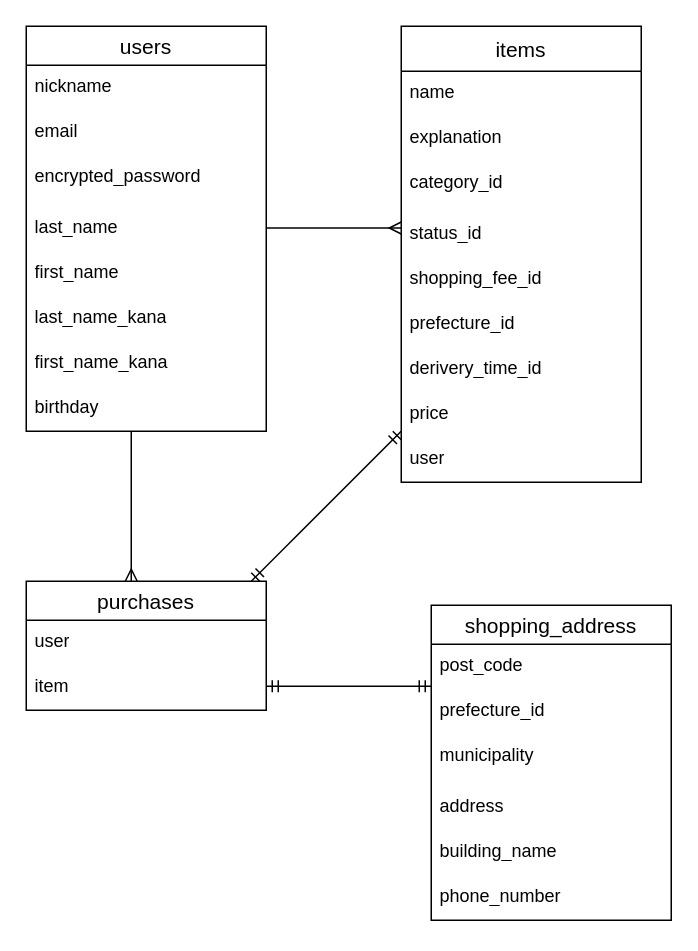
The draw.io diagram furima.dio in elegant-track/furima-41922, before the edit. Source tidied: cells renumbered, new cells numbered last; positions are measured from the earlier drawing's top-left corner, leaving out a move shared by most shapes. Both pictures are drawn from the tidied source at 150%, with x=0, y=0 at pixel (26, 26).
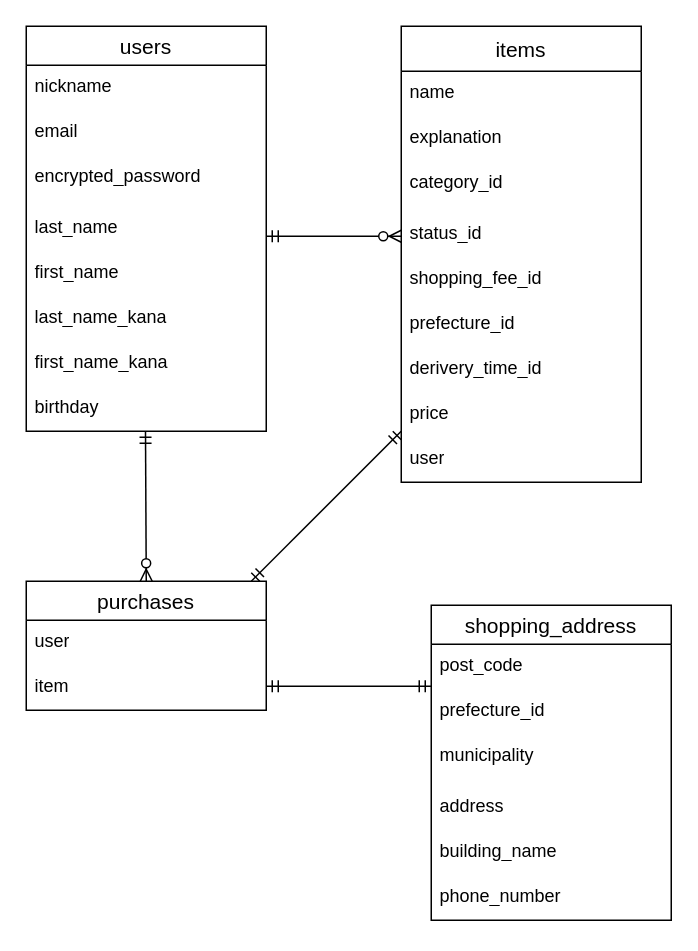
The same diagram, later.

Unchanged cells that the change refers to:
```xml
<mxCell id="12" value="purchases" style="swimlane;fontStyle=0;horizontal=1;startSize=26;align=center;fontSize=14;" parent="1" vertex="1">
  <mxGeometry y="370" width="160" height="86" as="geometry" />
</mxCell>
```

What changed in the source:
```diff
@@
-    <mxCell id="31" style="edgeStyle=orthogonalEdgeStyle;fontSize=12;html=1;endArrow=ERmany;curved=1;" parent="1" edge="1">
-      <mxGeometry relative="1" as="geometry">
-        <mxPoint x="160" y="134.5" as="sourcePoint" />
-        <mxPoint x="250" y="134.5" as="targetPoint" />
-      </mxGeometry>
-    </mxCell>
-    <mxCell id="32" style="edgeStyle=orthogonalEdgeStyle;fontSize=12;html=1;endArrow=ERmany;curved=1;" parent="1" edge="1">
-      <mxGeometry relative="1" as="geometry">
-        <mxPoint x="70" y="270" as="sourcePoint" />
-        <mxPoint x="70" y="370" as="targetPoint" />
-      </mxGeometry>
-    </mxCell>
@@
+    <mxCell id="35" style="edgeStyle=entityRelationEdgeStyle;fontSize=12;html=1;endArrow=ERzeroToMany;startArrow=ERmandOne;" parent="1" edge="1">
+      <mxGeometry relative="1" as="geometry">
+        <mxPoint x="160" y="140" as="sourcePoint" />
+        <mxPoint x="250" y="140" as="targetPoint" />
+      </mxGeometry>
+    </mxCell>
+    <mxCell id="36" style="edgeStyle=orthogonalEdgeStyle;fontSize=12;html=1;endArrow=ERzeroToMany;startArrow=ERmandOne;curved=1;entryX=0.5;entryY=0;entryDx=0;entryDy=0;" parent="1" edge="1" target="12">
+      <mxGeometry relative="1" as="geometry">
+        <mxPoint x="79.5" y="270" as="sourcePoint" />
+      </mxGeometry>
+    </mxCell>
```
